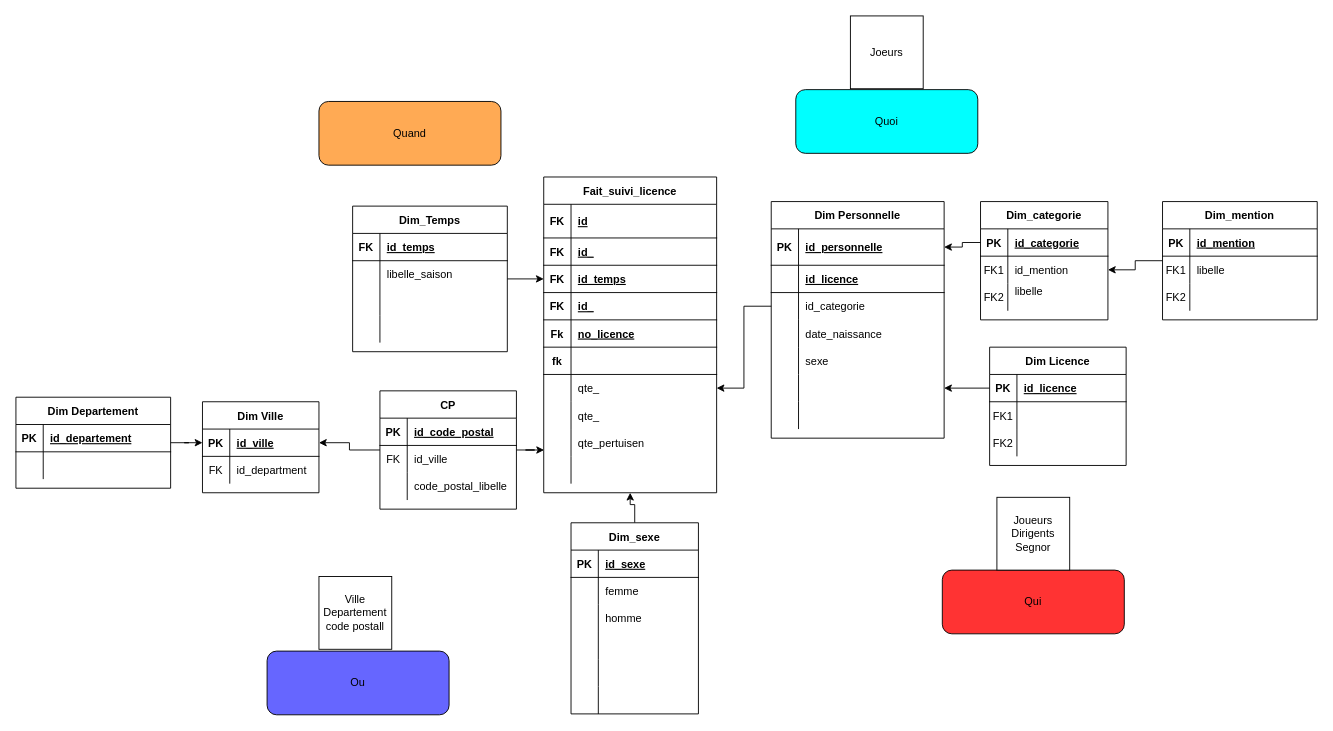
This is diagrams/exam_prep.drawio from T-lamo/datawarehouse, a draw.io file, before an edit. Source tidied: cells renumbered, new cells numbered last; positions are measured from the earlier drawing's top-left corner, leaving out a move shared by most shapes. Both pictures are drawn from the tidied source at 91%, with x=0, y=0 at pixel (15, 15).
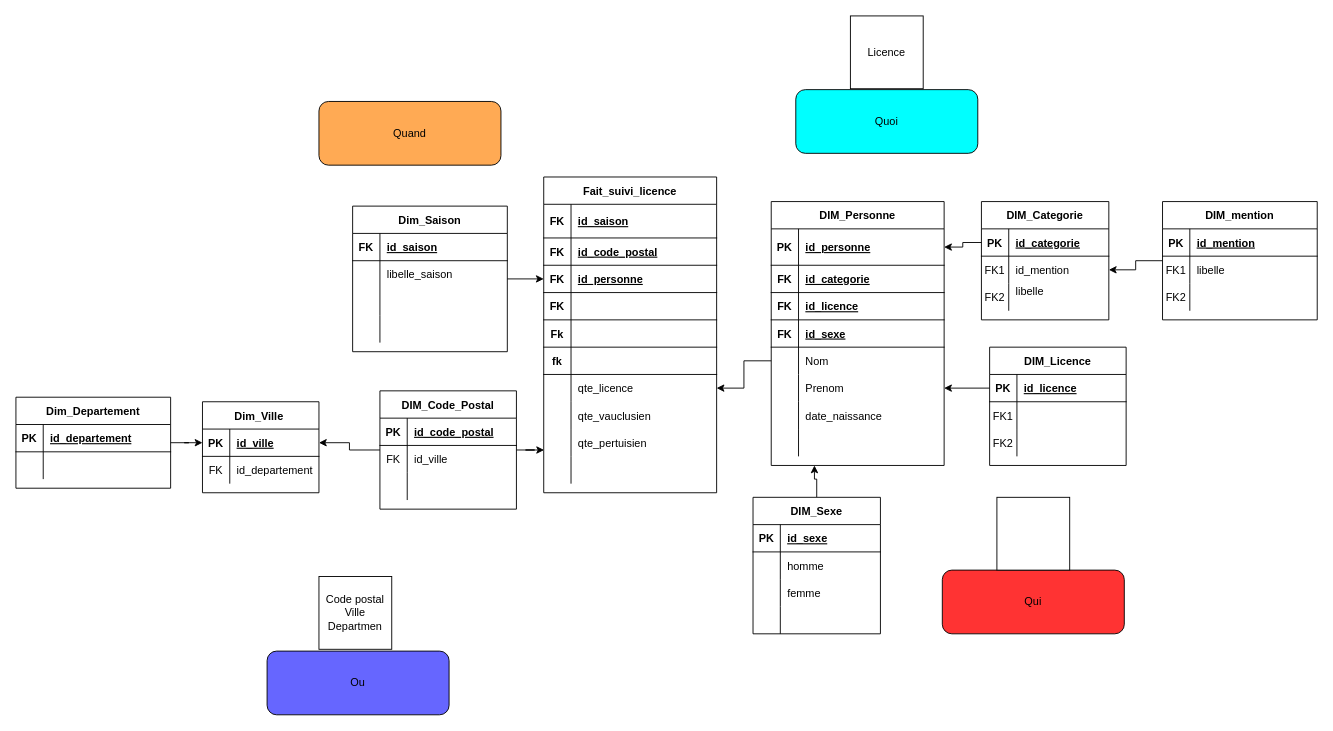
Above is the later version.

The change refers to these unchanged cells:
```xml
<mxCell id="2" value="Fait_suivi_licence" style="shape=table;startSize=30;childLayout=tableLayout;rowLines=0;fontStyle=1;align=center;" parent="1" vertex="1">
  <mxGeometry x="580" y="177" width="190" height="347" as="geometry" />
</mxCell>
<mxCell id="3" style="shape=partialRectangle;fillColor=none;top=0;left=0;right=0;bottom=1;" parent="2" vertex="1">
  <mxGeometry y="30" width="190" height="37" as="geometry" />
</mxCell>
<mxCell id="6" style="shape=partialRectangle;fillColor=none;top=0;left=0;right=0;bottom=1;" parent="2" vertex="1">
  <mxGeometry y="67" width="190" height="30" as="geometry" />
</mxCell>
<mxCell id="9" style="shape=partialRectangle;fillColor=none;points=[[0,0.5],[1,0.5]];portConstraint=eastwest;top=0;left=0;right=0;bottom=1;" parent="2" vertex="1">
  <mxGeometry y="97" width="190" height="30" as="geometry" />
</mxCell>
<mxCell id="12" style="shape=partialRectangle;fillColor=none;top=0;left=0;right=0;bottom=1;" parent="2" vertex="1">
  <mxGeometry y="127" width="190" height="30" as="geometry" />
</mxCell>
<mxCell id="15" style="shape=partialRectangle;fillColor=none;top=0;left=0;right=0;bottom=1;" parent="2" vertex="1">
  <mxGeometry y="157" width="190" height="30" as="geometry" />
</mxCell>
<mxCell id="21" style="shape=partialRectangle;fillColor=none;points=[[0,0.5],[1,0.5]];portConstraint=eastwest;top=0;left=0;right=0;bottom=0;" parent="2" vertex="1">
  <mxGeometry y="217" width="190" height="30" as="geometry" />
</mxCell>
<mxCell id="24" style="shape=partialRectangle;fillColor=none;top=0;left=0;right=0;bottom=0;" parent="2" vertex="1">
  <mxGeometry y="247" width="190" height="30" as="geometry" />
</mxCell>
<mxCell id="27" style="shape=partialRectangle;fillColor=none;points=[[0,0.5],[1,0.5]];portConstraint=eastwest;top=0;left=0;right=0;bottom=0;" parent="2" vertex="1">
  <mxGeometry y="277" width="190" height="30" as="geometry" />
</mxCell>
<mxCell id="34" style="shape=partialRectangle;fillColor=none;points=[[0,0.5],[1,0.5]];portConstraint=eastwest;top=0;left=0;right=0;bottom=1;" parent="33" vertex="1">
  <mxGeometry y="30" width="190" height="40" as="geometry" />
</mxCell>
<mxCell id="37" style="shape=partialRectangle;fillColor=none;top=0;left=0;right=0;bottom=1;" parent="33" vertex="1">
  <mxGeometry y="70" width="190" height="30" as="geometry" />
</mxCell>
<mxCell id="64" style="shape=partialRectangle;fillColor=none;top=0;left=0;right=0;bottom=1;" parent="63" vertex="1">
  <mxGeometry y="30" width="170" height="30" as="geometry" />
</mxCell>
<mxCell id="81" style="shape=partialRectangle;fillColor=none;top=0;left=0;right=0;bottom=0;" parent="77" vertex="1">
  <mxGeometry y="60" width="128" height="30" as="geometry" />
</mxCell>
<mxCell id="111" style="shape=partialRectangle;fillColor=none;top=0;left=0;right=0;bottom=0;" parent="104" vertex="1">
  <mxGeometry y="90" width="150" height="30" as="geometry" />
</mxCell>
<mxCell id="115" style="shape=partialRectangle;fillColor=none;points=[[0,0.5],[1,0.5]];portConstraint=eastwest;top=0;left=0;right=0;bottom=1;" parent="114" vertex="1">
  <mxGeometry y="30" width="150" height="30" as="geometry" />
</mxCell>
<mxCell id="131" style="shape=partialRectangle;fillColor=none;top=0;left=0;right=0;bottom=0;" parent="127" vertex="1">
  <mxGeometry y="60" width="140" height="30" as="geometry" />
</mxCell>
<mxCell id="134" style="shape=partialRectangle;fillColor=none;top=0;left=0;right=0;bottom=0;" parent="127" vertex="1">
  <mxGeometry y="90" width="140" height="30" as="geometry" />
</mxCell>
```

Diff of the diagram source:
```diff
@@
-    <mxCell id="5" value="id" style="shape=partialRectangle;overflow=hidden;fillColor=none;top=0;left=0;bottom=0;right=0;align=left;spacingLeft=6;fontStyle=5;" parent="3" vertex="1">
+    <mxCell id="5" value="id_saison" style="shape=partialRectangle;overflow=hidden;fillColor=none;top=0;left=0;bottom=0;right=0;align=left;spacingLeft=6;fontStyle=5;" parent="3" vertex="1">
       <mxGeometry x="30" width="160" height="37" as="geometry" />
     </mxCell>
@@
-    <mxCell id="8" value="id_" style="shape=partialRectangle;overflow=hidden;fillColor=none;top=0;left=0;bottom=0;right=0;align=left;spacingLeft=6;fontStyle=5;" parent="6" vertex="1">
+    <mxCell id="8" value="id_code_postal" style="shape=partialRectangle;overflow=hidden;fillColor=none;top=0;left=0;bottom=0;right=0;align=left;spacingLeft=6;fontStyle=5;" parent="6" vertex="1">
       <mxGeometry x="30" width="160" height="30" as="geometry" />
     </mxCell>
@@
-    <mxCell id="11" value="id_temps" style="shape=partialRectangle;overflow=hidden;fillColor=none;top=0;left=0;bottom=0;right=0;align=left;spacingLeft=6;fontStyle=5;" parent="9" vertex="1">
+    <mxCell id="11" value="id_personne" style="shape=partialRectangle;overflow=hidden;fillColor=none;top=0;left=0;bottom=0;right=0;align=left;spacingLeft=6;fontStyle=5;" parent="9" vertex="1">
       <mxGeometry x="30" width="160" height="30" as="geometry" />
     </mxCell>
@@
-    <mxCell id="14" value="id_" style="shape=partialRectangle;overflow=hidden;fillColor=none;top=0;left=0;bottom=0;right=0;align=left;spacingLeft=6;fontStyle=5;" parent="12" vertex="1">
+    <mxCell id="14" style="shape=partialRectangle;overflow=hidden;fillColor=none;top=0;left=0;bottom=0;right=0;align=left;spacingLeft=6;fontStyle=5;" parent="12" vertex="1">
       <mxGeometry x="30" width="160" height="30" as="geometry" />
     </mxCell>
@@
-    <mxCell id="17" value="no_licence" style="shape=partialRectangle;overflow=hidden;fillColor=none;top=0;left=0;bottom=0;right=0;align=left;spacingLeft=6;fontStyle=5;" parent="15" vertex="1">
+    <mxCell id="17" style="shape=partialRectangle;overflow=hidden;fillColor=none;top=0;left=0;bottom=0;right=0;align=left;spacingLeft=6;fontStyle=5;" parent="15" vertex="1">
       <mxGeometry x="30" width="160" height="30" as="geometry" />
     </mxCell>
@@
-    <mxCell id="23" value="qte_" style="shape=partialRectangle;overflow=hidden;fillColor=none;top=0;left=0;bottom=0;right=0;align=left;spacingLeft=6;" parent="21" vertex="1">
+    <mxCell id="23" value="qte_licence" style="shape=partialRectangle;overflow=hidden;fillColor=none;top=0;left=0;bottom=0;right=0;align=left;spacingLeft=6;" parent="21" vertex="1">
       <mxGeometry x="30" width="160" height="30" as="geometry" />
     </mxCell>
@@
-    <mxCell id="26" value="qte_" style="shape=partialRectangle;overflow=hidden;fillColor=none;top=0;left=0;bottom=0;right=0;align=left;spacingLeft=6;" parent="24" vertex="1">
+    <mxCell id="26" value="qte_vauclusien" style="shape=partialRectangle;overflow=hidden;fillColor=none;top=0;left=0;bottom=0;right=0;align=left;spacingLeft=6;" parent="24" vertex="1">
       <mxGeometry x="30" width="160" height="30" as="geometry" />
     </mxCell>
@@
-    <mxCell id="29" value="qte_pertuisen" style="shape=partialRectangle;overflow=hidden;fillColor=none;top=0;left=0;bottom=0;right=0;align=left;spacingLeft=6;" parent="27" vertex="1">
+    <mxCell id="29" value="qte_pertuisien" style="shape=partialRectangle;overflow=hidden;fillColor=none;top=0;left=0;bottom=0;right=0;align=left;spacingLeft=6;" parent="27" vertex="1">
       <mxGeometry x="30" width="160" height="30" as="geometry" />
     </mxCell>
@@
-    <mxCell id="33" value="Dim Personnelle" style="shape=table;startSize=30;childLayout=tableLayout;rowLines=0;fontStyle=1;align=center;" parent="1" vertex="1">
-      <mxGeometry x="830" y="204" width="190" height="260" as="geometry" />
+    <mxCell id="33" value="DIM_Personne" style="shape=table;startSize=30;childLayout=tableLayout;rowLines=0;fontStyle=1;align=center;" parent="1" vertex="1">
+      <mxGeometry x="830" y="204" width="190" height="290" as="geometry" />
     </mxCell>
@@
-    <mxCell id="36" value="id_personnelle" style="shape=partialRectangle;overflow=hidden;fillColor=none;top=0;left=0;bottom=0;right=0;align=left;spacingLeft=6;fontStyle=5;" parent="34" vertex="1">
+    <mxCell id="36" value="id_personne" style="shape=partialRectangle;overflow=hidden;fillColor=none;top=0;left=0;bottom=0;right=0;align=left;spacingLeft=6;fontStyle=5;" parent="34" vertex="1">
       <mxGeometry x="30" width="160" height="40" as="geometry" />
     </mxCell>
@@
-    <mxCell id="38" style="shape=partialRectangle;overflow=hidden;fillColor=none;top=0;left=0;bottom=0;right=0;fontStyle=1;" parent="37" vertex="1">
+    <mxCell id="38" value="FK" style="shape=partialRectangle;overflow=hidden;fillColor=none;top=0;left=0;bottom=0;right=0;fontStyle=1;" parent="37" vertex="1">
       <mxGeometry width="30" height="30" as="geometry" />
     </mxCell>
-    <mxCell id="39" value="id_licence" style="shape=partialRectangle;overflow=hidden;fillColor=none;top=0;left=0;bottom=0;right=0;align=left;spacingLeft=6;fontStyle=5;" parent="37" vertex="1">
+    <mxCell id="39" value="id_categorie" style="shape=partialRectangle;overflow=hidden;fillColor=none;top=0;left=0;bottom=0;right=0;align=left;spacingLeft=6;fontStyle=5;" parent="37" vertex="1">
       <mxGeometry x="30" width="160" height="30" as="geometry" />
     </mxCell>
+    <mxCell id="158" style="shape=partialRectangle;fillColor=none;top=0;left=0;right=0;bottom=1;" parent="33" vertex="1">
+      <mxGeometry y="100" width="190" height="30" as="geometry" />
+    </mxCell>
+    <mxCell id="159" value="FK" style="shape=partialRectangle;overflow=hidden;fillColor=none;top=0;left=0;bottom=0;right=0;fontStyle=1;" parent="158" vertex="1">
+      <mxGeometry width="30" height="30" as="geometry" />
+    </mxCell>
+    <mxCell id="160" value="id_licence" style="shape=partialRectangle;overflow=hidden;fillColor=none;top=0;left=0;bottom=0;right=0;align=left;spacingLeft=6;fontStyle=5;" parent="158" vertex="1">
+      <mxGeometry x="30" width="160" height="30" as="geometry" />
+    </mxCell>
+    <mxCell id="161" style="shape=partialRectangle;fillColor=none;top=0;left=0;right=0;bottom=1;" parent="33" vertex="1">
+      <mxGeometry y="130" width="190" height="30" as="geometry" />
+    </mxCell>
+    <mxCell id="162" value="FK" style="shape=partialRectangle;overflow=hidden;fillColor=none;top=0;left=0;bottom=0;right=0;fontStyle=1;" parent="161" vertex="1">
+      <mxGeometry width="30" height="30" as="geometry" />
+    </mxCell>
+    <mxCell id="163" value="id_sexe" style="shape=partialRectangle;overflow=hidden;fillColor=none;top=0;left=0;bottom=0;right=0;align=left;spacingLeft=6;fontStyle=5;" parent="161" vertex="1">
+      <mxGeometry x="30" width="160" height="30" as="geometry" />
+    </mxCell>
     <mxCell id="40" style="shape=partialRectangle;fillColor=none;points=[[0,0.5],[1,0.5]];portConstraint=eastwest;top=0;left=0;right=0;bottom=0;" parent="33" vertex="1">
-      <mxGeometry y="100" width="190" height="30" as="geometry" />
+      <mxGeometry y="160" width="190" height="30" as="geometry" />
     </mxCell>
@@
-    <mxCell id="42" value="id_categorie" style="shape=partialRectangle;overflow=hidden;fillColor=none;top=0;left=0;bottom=0;right=0;align=left;spacingLeft=6;" parent="40" vertex="1">
+    <mxCell id="42" value="Nom" style="shape=partialRectangle;overflow=hidden;fillColor=none;top=0;left=0;bottom=0;right=0;align=left;spacingLeft=6;" parent="40" vertex="1">
       <mxGeometry x="30" width="160" height="30" as="geometry" />
     </mxCell>
     <mxCell id="43" style="shape=partialRectangle;fillColor=none;points=[[0,0.5],[1,0.5]];portConstraint=eastwest;top=0;left=0;right=0;bottom=0;" parent="33" vertex="1">
-      <mxGeometry y="130" width="190" height="30" as="geometry" />
+      <mxGeometry y="190" width="190" height="30" as="geometry" />
     </mxCell>
@@
-    <mxCell id="45" value="date_naissance" style="shape=partialRectangle;overflow=hidden;fillColor=none;top=0;left=0;bottom=0;right=0;align=left;spacingLeft=6;" parent="43" vertex="1">
+    <mxCell id="45" value="Prenom" style="shape=partialRectangle;overflow=hidden;fillColor=none;top=0;left=0;bottom=0;right=0;align=left;spacingLeft=6;" parent="43" vertex="1">
       <mxGeometry x="30" width="160" height="30" as="geometry" />
     </mxCell>
     <mxCell id="46" style="shape=partialRectangle;fillColor=none;top=0;left=0;right=0;bottom=0;" parent="33" vertex="1">
-      <mxGeometry y="160" width="190" height="30" as="geometry" />
+      <mxGeometry y="220" width="190" height="30" as="geometry" />
     </mxCell>
@@
-    <mxCell id="48" value="sexe" style="shape=partialRectangle;overflow=hidden;fillColor=none;top=0;left=0;bottom=0;right=0;align=left;spacingLeft=6;" parent="46" vertex="1">
+    <mxCell id="48" value="date_naissance" style="shape=partialRectangle;overflow=hidden;fillColor=none;top=0;left=0;bottom=0;right=0;align=left;spacingLeft=6;" parent="46" vertex="1">
       <mxGeometry x="30" width="160" height="30" as="geometry" />
     </mxCell>
     <mxCell id="49" style="shape=partialRectangle;fillColor=none;points=[[0,0.5],[1,0.5]];portConstraint=eastwest;top=0;left=0;right=0;bottom=0;" parent="33" vertex="1">
-      <mxGeometry y="190" width="190" height="30" as="geometry" />
+      <mxGeometry y="250" width="190" height="30" as="geometry" />
     </mxCell>
@@
-    <mxCell id="52" style="shape=partialRectangle;fillColor=none;top=0;left=0;right=0;bottom=0;" parent="33" vertex="1">
-      <mxGeometry y="220" width="190" height="30" as="geometry" />
-    </mxCell>
-    <mxCell id="53" style="shape=partialRectangle;overflow=hidden;fillColor=none;top=0;left=0;bottom=0;right=0;" parent="52" vertex="1">
-      <mxGeometry width="30" height="30" as="geometry" />
-    </mxCell>
-    <mxCell id="54" style="shape=partialRectangle;overflow=hidden;fillColor=none;top=0;left=0;bottom=0;right=0;align=left;spacingLeft=6;" parent="52" vertex="1">
-      <mxGeometry x="30" width="160" height="30" as="geometry" />
-    </mxCell>
@@
-    <mxCell id="59" value="Ville&lt;br&gt;Departement&lt;br&gt;code postall" style="whiteSpace=wrap;html=1;fillColor=#FFFFFF;" parent="1" vertex="1">
+    <mxCell id="59" value="Code postal&lt;br&gt;Ville&lt;br&gt;Departmen" style="whiteSpace=wrap;html=1;fillColor=#FFFFFF;" parent="1" vertex="1">
       <mxGeometry x="333" y="616" width="80" height="80" as="geometry" />
     </mxCell>
-    <mxCell id="60" value="Joueurs&lt;br&gt;Dirigents&lt;br&gt;Segnor" style="whiteSpace=wrap;html=1;fillColor=#FFFFFF;" parent="1" vertex="1">
+    <mxCell id="60" style="whiteSpace=wrap;html=1;fillColor=#FFFFFF;" parent="1" vertex="1">
       <mxGeometry x="1078" y="529" width="80" height="80" as="geometry" />
     </mxCell>
-    <mxCell id="61" value="Joeurs" style="whiteSpace=wrap;html=1;fillColor=#FFFFFF;" parent="1" vertex="1">
+    <mxCell id="61" value="Licence" style="whiteSpace=wrap;html=1;fillColor=#FFFFFF;" parent="1" vertex="1">
       <mxGeometry x="917" width="80" height="80" as="geometry" />
     </mxCell>
@@
-    <mxCell id="63" value="Dim_Temps" style="shape=table;startSize=30;childLayout=tableLayout;rowLines=0;fontStyle=1;align=center;" parent="1" vertex="1">
+    <mxCell id="63" value="Dim_Saison" style="shape=table;startSize=30;childLayout=tableLayout;rowLines=0;fontStyle=1;align=center;" parent="1" vertex="1">
       <mxGeometry x="370" y="209" width="170" height="160" as="geometry" />
     </mxCell>
@@
-    <mxCell id="66" value="id_temps" style="shape=partialRectangle;overflow=hidden;fillColor=none;top=0;left=0;bottom=0;right=0;align=left;spacingLeft=6;fontStyle=5;" parent="64" vertex="1">
+    <mxCell id="66" value="id_saison" style="shape=partialRectangle;overflow=hidden;fillColor=none;top=0;left=0;bottom=0;right=0;align=left;spacingLeft=6;fontStyle=5;" parent="64" vertex="1">
       <mxGeometry x="30" width="140" height="30" as="geometry" />
     </mxCell>
@@
-    <mxCell id="77" value="Dim Ville" style="shape=table;startSize=30;childLayout=tableLayout;rowLines=0;fontStyle=1;align=center;" parent="1" vertex="1">
+    <mxCell id="77" value="Dim_Ville " style="shape=table;startSize=30;childLayout=tableLayout;rowLines=0;fontStyle=1;align=center;" parent="1" vertex="1">
       <mxGeometry x="205" y="424" width="128" height="100" as="geometry" />
     </mxCell>
@@
-    <mxCell id="83" value="id_department" style="shape=partialRectangle;overflow=hidden;fillColor=none;top=0;left=0;bottom=0;right=0;align=left;spacingLeft=6;" parent="81" vertex="1">
+    <mxCell id="83" value="id_departement" style="shape=partialRectangle;overflow=hidden;fillColor=none;top=0;left=0;bottom=0;right=0;align=left;spacingLeft=6;" parent="81" vertex="1">
       <mxGeometry x="30" width="98" height="30" as="geometry" />
     </mxCell>
@@
-    <mxCell id="85" value="Dim Departement" style="shape=table;startSize=30;childLayout=tableLayout;rowLines=0;fontStyle=1;align=center;" parent="1" vertex="1">
+    <mxCell id="85" value="Dim_Departement" style="shape=table;startSize=30;childLayout=tableLayout;rowLines=0;fontStyle=1;align=center;" parent="1" vertex="1">
       <mxGeometry y="419" width="170" height="100" as="geometry" />
     </mxCell>
@@
-    <mxCell id="92" value="Dim_categorie" style="shape=table;startSize=30;childLayout=tableLayout;rowLines=0;fontStyle=1;align=center;" parent="1" vertex="1">
-      <mxGeometry x="1060" y="204" width="140" height="130" as="geometry" />
+    <mxCell id="92" value="DIM_Categorie" style="shape=table;startSize=30;childLayout=tableLayout;rowLines=0;fontStyle=1;align=center;" parent="1" vertex="1">
+      <mxGeometry x="1061" y="204" width="140" height="130" as="geometry" />
     </mxCell>
@@
-    <mxCell id="104" value="CP" style="shape=table;startSize=30;childLayout=tableLayout;rowLines=0;fontStyle=1;align=center;" parent="1" vertex="1">
+    <mxCell id="104" value="DIM_Code_Postal" style="shape=table;startSize=30;childLayout=tableLayout;rowLines=0;fontStyle=1;align=center;" parent="1" vertex="1">
       <mxGeometry x="400" y="412" width="150" height="130" as="geometry" />
     </mxCell>
@@
-    <mxCell id="113" value="code_postal_libelle" style="shape=partialRectangle;overflow=hidden;fillColor=none;top=0;left=0;bottom=0;right=0;align=left;spacingLeft=6;" parent="111" vertex="1">
+    <mxCell id="113" style="shape=partialRectangle;overflow=hidden;fillColor=none;top=0;left=0;bottom=0;right=0;align=left;spacingLeft=6;" parent="111" vertex="1">
       <mxGeometry x="30" width="120" height="30" as="geometry" />
     </mxCell>
-    <mxCell id="114" value="Dim Licence" style="shape=table;startSize=30;childLayout=tableLayout;rowLines=0;fontStyle=1;align=center;" parent="1" vertex="1">
+    <mxCell id="114" value="DIM_Licence" style="shape=table;startSize=30;childLayout=tableLayout;rowLines=0;fontStyle=1;align=center;" parent="1" vertex="1">
       <mxGeometry x="1070" y="364" width="150" height="130" as="geometry" />
     </mxCell>
@@
-    <mxCell id="125" style="edgeStyle=orthogonalEdgeStyle;rounded=0;jettySize=auto;html=1;entryX=1;entryY=0.5;entryDx=0;entryDy=0;" parent="1" edge="1" source="115" target="49">
-      <mxGeometry relative="1" as="geometry" />
-    </mxCell>
-    <mxCell id="126" style="edgeStyle=orthogonalEdgeStyle;rounded=0;jettySize=auto;html=1;entryX=0.5;entryY=1;entryDx=0;entryDy=0;" parent="1" edge="1" source="127" target="2">
-      <mxGeometry relative="1" as="geometry" />
-    </mxCell>
+    <mxCell id="164" style="edgeStyle=orthogonalEdgeStyle;rounded=0;jettySize=auto;html=1;entryX=0.25;entryY=1;entryDx=0;entryDy=0;" parent="1" edge="1" source="127" target="33">
+      <mxGeometry relative="1" as="geometry" />
+    </mxCell>
-    <mxCell id="127" value="Dim_sexe" style="shape=table;startSize=30;childLayout=tableLayout;rowLines=0;fontStyle=1;align=center;" parent="1" vertex="1">
-      <mxGeometry x="610" y="557" width="140" height="210" as="geometry" />
+    <mxCell id="127" value="DIM_Sexe" style="shape=table;startSize=30;childLayout=tableLayout;rowLines=0;fontStyle=1;align=center;" parent="1" vertex="1">
+      <mxGeometry x="810" y="529" width="140" height="150" as="geometry" />
     </mxCell>
@@
-    <mxCell id="133" value="femme" style="shape=partialRectangle;overflow=hidden;fillColor=none;top=0;left=0;bottom=0;right=0;align=left;spacingLeft=6;" parent="131" vertex="1">
+    <mxCell id="133" value="homme" style="shape=partialRectangle;overflow=hidden;fillColor=none;top=0;left=0;bottom=0;right=0;align=left;spacingLeft=6;" parent="131" vertex="1">
       <mxGeometry x="30" width="110" height="30" as="geometry" />
     </mxCell>
@@
-    <mxCell id="136" value="homme" style="shape=partialRectangle;overflow=hidden;fillColor=none;top=0;left=0;bottom=0;right=0;align=left;spacingLeft=6;" parent="134" vertex="1">
+    <mxCell id="136" value="femme" style="shape=partialRectangle;overflow=hidden;fillColor=none;top=0;left=0;bottom=0;right=0;align=left;spacingLeft=6;" parent="134" vertex="1">
       <mxGeometry x="30" width="110" height="30" as="geometry" />
     </mxCell>
@@
-    <mxCell id="140" style="shape=partialRectangle;fillColor=none;top=0;left=0;right=0;bottom=0;" parent="127" vertex="1">
-      <mxGeometry y="150" width="140" height="30" as="geometry" />
-    </mxCell>
-    <mxCell id="141" style="shape=partialRectangle;overflow=hidden;fillColor=none;top=0;left=0;bottom=0;right=0;" parent="140" vertex="1">
-      <mxGeometry width="30" height="30" as="geometry" />
-    </mxCell>
-    <mxCell id="142" style="shape=partialRectangle;overflow=hidden;fillColor=none;top=0;left=0;bottom=0;right=0;align=left;spacingLeft=6;" parent="140" vertex="1">
-      <mxGeometry x="30" width="110" height="30" as="geometry" />
-    </mxCell>
-    <mxCell id="143" style="shape=partialRectangle;fillColor=none;top=0;left=0;right=0;bottom=0;" parent="127" vertex="1">
-      <mxGeometry y="180" width="140" height="30" as="geometry" />
-    </mxCell>
-    <mxCell id="144" style="shape=partialRectangle;overflow=hidden;fillColor=none;top=0;left=0;bottom=0;right=0;" parent="143" vertex="1">
-      <mxGeometry width="30" height="30" as="geometry" />
-    </mxCell>
-    <mxCell id="145" style="shape=partialRectangle;overflow=hidden;fillColor=none;top=0;left=0;bottom=0;right=0;align=left;spacingLeft=6;" parent="143" vertex="1">
-      <mxGeometry x="30" width="110" height="30" as="geometry" />
-    </mxCell>
@@
-    <mxCell id="147" value="Dim_mention" style="shape=table;startSize=30;childLayout=tableLayout;rowLines=0;fontStyle=1;align=center;" parent="1" vertex="1">
+    <mxCell id="147" value="DIM_mention" style="shape=table;startSize=30;childLayout=tableLayout;rowLines=0;fontStyle=1;align=center;" parent="1" vertex="1">
       <mxGeometry x="1260" y="204" width="170" height="130" as="geometry" />
     </mxCell>
@@
+    <mxCell id="165" style="edgeStyle=orthogonalEdgeStyle;rounded=0;jettySize=auto;html=1;entryX=1;entryY=0.5;entryDx=0;entryDy=0;" parent="1" edge="1" source="115" target="43">
+      <mxGeometry relative="1" as="geometry" />
+    </mxCell>
```
